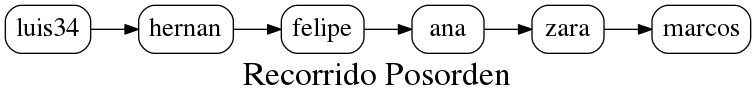
Before: traversePosorder.png, a diagram exported from Graphviz (RonaldOrdonez/EDD_1S2020_PY1_201314564). Its source is kept beside it as traversePosorder.dot. The source it was exported from:
```dot
digraph traversePosorder{
rankdir=LR;
node[style=rounded,shape=box,fontsize=20];
luis34->hernan->felipe->ana->zara->marcos;
label="Recorrido Posorden";
fontsize=25;}
```
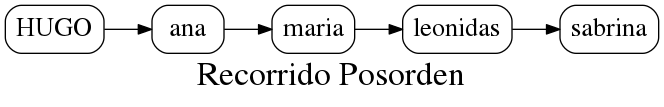
Above is the later version.

What changed in the source:
```diff
@@ -1,6 +1,6 @@
 digraph traversePosorder{
 rankdir=LR;
 node[style=rounded,shape=box,fontsize=20];
-luis34->hernan->felipe->ana->zara->marcos;
+HUGO->ana->maria->leonidas->sabrina;
 label="Recorrido Posorden";
 fontsize=25;}
```
